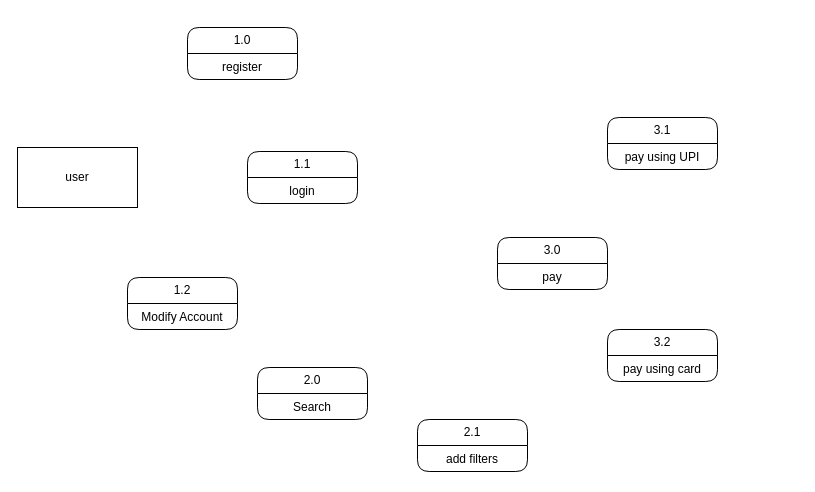
Earlier version of the draw.io diagram DFD lvl 3.drawio (Jainil2004/SEPM). Source tidied: cells renumbered, new cells numbered last; positions are measured from the earlier drawing's top-left corner, leaving out a move shared by most shapes. Both pictures are drawn from the tidied source at 100%, with x=0, y=0 at pixel (17, 27).
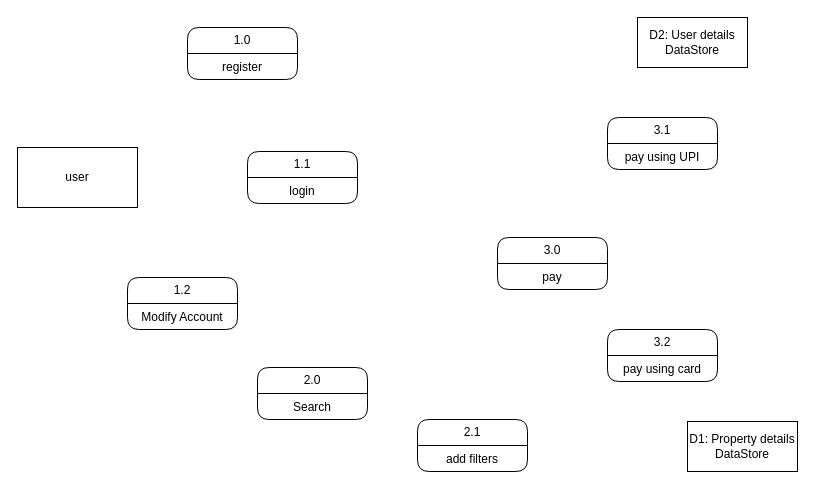
Above is the later version.

What changed in the source:
```diff
@@
+    <mxCell id="19" value="D1: Property details DataStore" style="html=1;whiteSpace=wrap;" parent="1" vertex="1">
+      <mxGeometry x="670" y="394" width="110" height="50" as="geometry" />
+    </mxCell>
+    <mxCell id="20" value="D2: User details DataStore" style="html=1;whiteSpace=wrap;" parent="1" vertex="1">
+      <mxGeometry x="620" y="-10" width="110" height="50" as="geometry" />
+    </mxCell>
```
